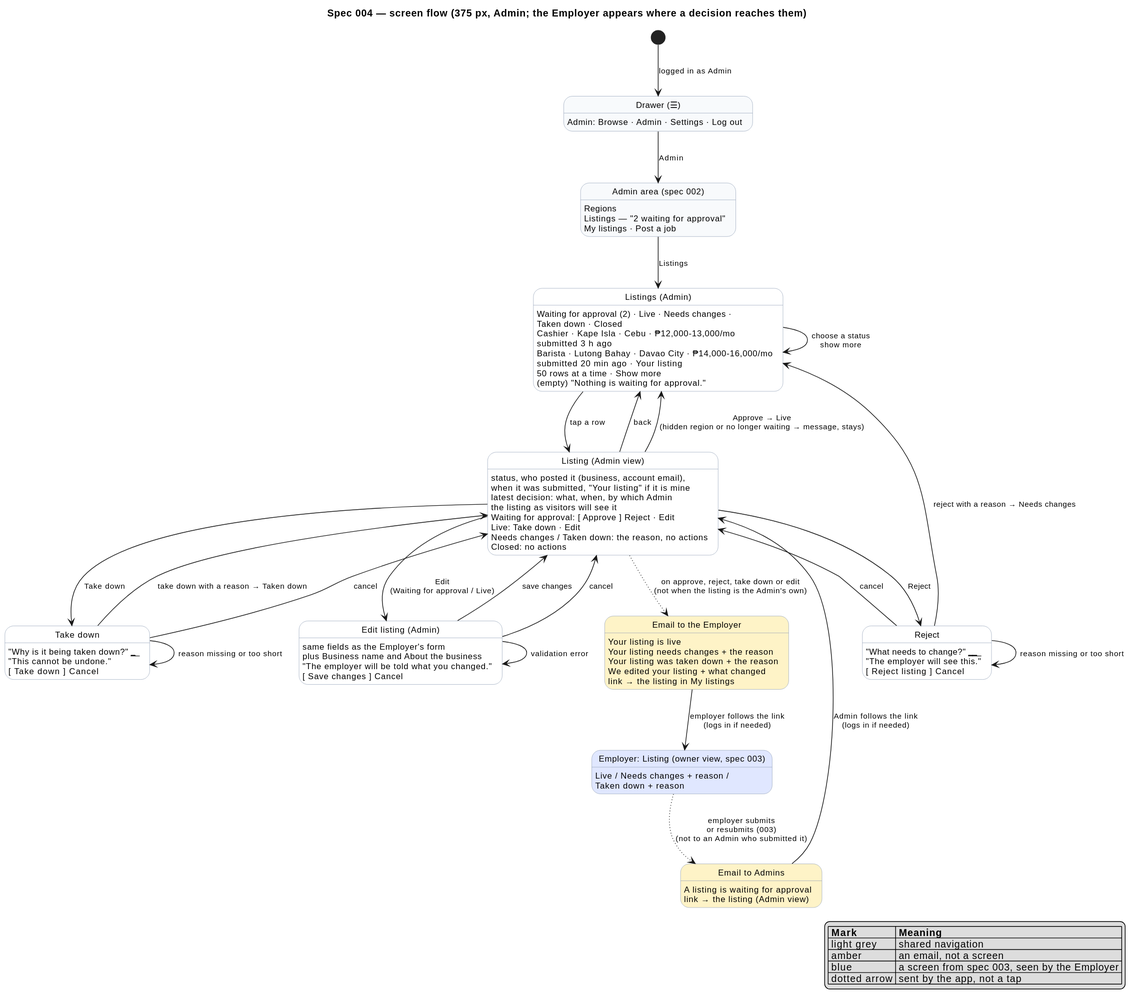
The PlantUML diagram docs/specs/004-listings-admin-moderation/diagrams/screenflow-moderation.svg in raseniero/jairojobs-elixir, before a commit.
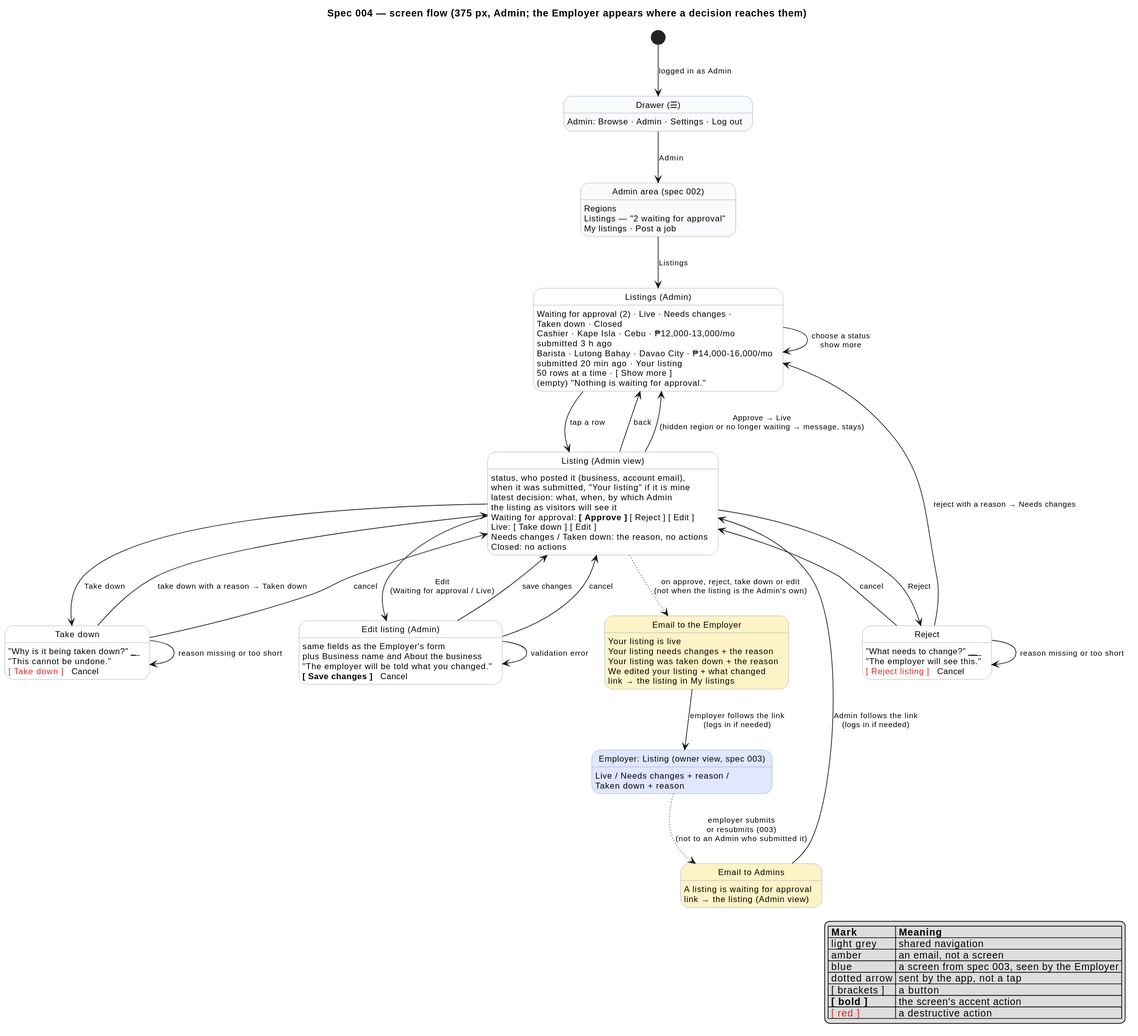
After the change.

Commit message:
docs(spec 004): resolve four contradictions (button marks in the screen flow, spec 003 rules it changes, email wording)

The edit, as a diff of the source:
```diff
@@ -28,7 +28,7 @@
 Listings : submitted 3 h ago
 Listings : Barista · Lutong Bahay · Davao City · ₱14,000-16,000/mo
 Listings : submitted 20 min ago · Your listing
-Listings : 50 rows at a time · Show more
+Listings : 50 rows at a time · [ Show more ]
 Listings : (empty) "Nothing is waiting for approval."
 
 state "Listing (Admin view)" as Review
@@ -36,26 +36,26 @@
 Review : when it was submitted, "Your listing" if it is mine
 Review : latest decision: what, when, by which Admin
 Review : the listing as visitors will see it
-Review : Waiting for approval: [ Approve ] Reject · Edit
-Review : Live: Take down · Edit
+Review : Waiting for approval: **[ Approve ]** [ Reject ] [ Edit ]
+Review : Live: [ Take down ] [ Edit ]
 Review : Needs changes / Taken down: the reason, no actions
 Review : Closed: no actions
 
 state "Reject" as Reject
 Reject : "What needs to change?" ___________
 Reject : "The employer will see this."
-Reject : [ Reject listing ]   Cancel
+Reject : <color:#dc2626>[ Reject listing ]</color>   Cancel
 
 state "Take down" as TakeDown
 TakeDown : "Why is it being taken down?" ______
 TakeDown : "This cannot be undone."
-TakeDown : [ Take down ]   Cancel
+TakeDown : <color:#dc2626>[ Take down ]</color>   Cancel
 
 state "Edit listing (Admin)" as Edit
 Edit : same fields as the Employer's form
 Edit : plus Business name and About the business
 Edit : "The employer will be told what you changed."
-Edit : [ Save changes ]   Cancel
+Edit : **[ Save changes ]**   Cancel
 
 state "Email to the Employer" as MailEmployer <<email>>
 MailEmployer : Your listing is live
@@ -103,5 +103,8 @@
   | amber | an email, not a screen |
   | blue | a screen from spec 003, seen by the Employer |
   | dotted arrow | sent by the app, not a tap |
+  | [ brackets ] | a button |
+  | **[ bold ]** | the screen's accent action |
+  | <color:#dc2626>[ red ]</color> | a destructive action |
 endlegend
 @enduml
```
